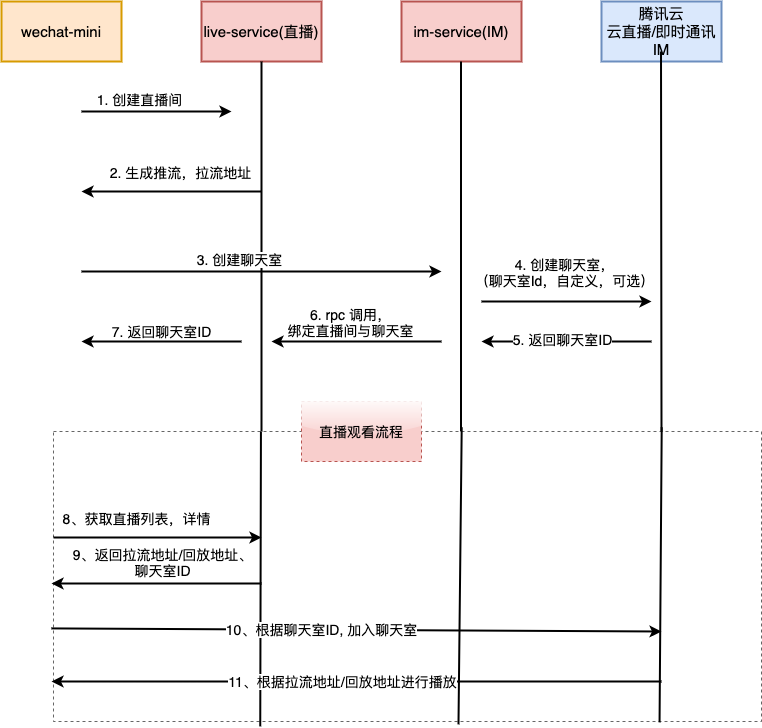
Above: 腾讯直播IM集成方案.png in fxbin/Image-Of-MySelf (draw.io), before the change. Source tidied: cells renumbered, new cells last; positions are measured from the earlier drawing's top-left corner, leaving out a move shared by most shapes. Source of this version:
```xml
<mxGraphModel>
  <root>
    <mxCell id="0" />
    <mxCell id="1" parent="0" />
    <mxCell id="2" value="&lt;font style=&quot;font-size: 15px&quot;&gt;wechat-mini&lt;/font&gt;" style="rounded=0;whiteSpace=wrap;html=1;strokeWidth=2;fillColor=#ffe6cc;strokeColor=#d79b00;" parent="1" vertex="1">
      <mxGeometry width="120" height="60" as="geometry" />
    </mxCell>
    <mxCell id="3" value="&lt;font style=&quot;font-size: 15px&quot;&gt;live-service(直播)&lt;/font&gt;" style="rounded=0;whiteSpace=wrap;html=1;strokeWidth=2;fillColor=#f8cecc;strokeColor=#b85450;" parent="1" vertex="1">
      <mxGeometry x="200" width="120" height="60" as="geometry" />
    </mxCell>
    <mxCell id="4" value="&lt;font style=&quot;font-size: 15px&quot;&gt;im-service(IM)&lt;/font&gt;" style="rounded=0;whiteSpace=wrap;html=1;strokeWidth=2;fillColor=#f8cecc;strokeColor=#b85450;" parent="1" vertex="1">
      <mxGeometry x="400" width="120" height="60" as="geometry" />
    </mxCell>
    <mxCell id="5" value="&lt;font style=&quot;font-size: 15px&quot;&gt;腾讯云&lt;br&gt;云直播/即时通讯IM&lt;/font&gt;" style="rounded=0;whiteSpace=wrap;html=1;strokeWidth=2;fillColor=#dae8fc;strokeColor=#6c8ebf;" parent="1" vertex="1">
      <mxGeometry x="600" width="120" height="60" as="geometry" />
    </mxCell>
    <mxCell id="6" style="endArrow=classic;html=1;strokeWidth=2;" parent="1" edge="1">
      <mxGeometry relative="1" as="geometry">
        <mxPoint x="80" y="110" as="sourcePoint" />
        <mxPoint x="230" y="110" as="targetPoint" />
      </mxGeometry>
    </mxCell>
    <mxCell id="7" value="1. 创建直播间" style="edgeLabel;html=1;align=center;verticalAlign=middle;fontSize=14;" parent="6" vertex="1">
      <mxGeometry x="-0.55" y="5" relative="1" as="geometry">
        <mxPoint x="23" y="-8" as="offset" />
      </mxGeometry>
    </mxCell>
    <mxCell id="8" style="endArrow=classic;html=1;strokeWidth=2;" parent="1" edge="1">
      <mxGeometry relative="1" as="geometry">
        <mxPoint x="260" y="190" as="sourcePoint" />
        <mxPoint x="80" y="190" as="targetPoint" />
        <Array as="points">
          <mxPoint x="170" y="190" />
        </Array>
      </mxGeometry>
    </mxCell>
    <mxCell id="9" value="2. 生成推流，拉流地址" style="edgeLabel;html=1;align=center;verticalAlign=middle;fontSize=14;" parent="8" vertex="1">
      <mxGeometry x="-0.55" y="5" relative="1" as="geometry">
        <mxPoint x="-42" y="-25" as="offset" />
      </mxGeometry>
    </mxCell>
    <mxCell id="10" style="endArrow=none;html=1;fontSize=14;strokeWidth=2;entryX=0.5;entryY=1;entryDx=0;entryDy=0;" parent="1" edge="1" target="3">
      <mxGeometry relative="1" as="geometry">
        <mxPoint x="260" y="430" as="sourcePoint" />
      </mxGeometry>
    </mxCell>
    <mxCell id="11" style="endArrow=classic;html=1;strokeWidth=2;" parent="1" edge="1">
      <mxGeometry relative="1" as="geometry">
        <mxPoint x="80" y="270" as="sourcePoint" />
        <mxPoint x="440" y="270" as="targetPoint" />
      </mxGeometry>
    </mxCell>
    <mxCell id="12" value="3. 创建聊天室" style="edgeLabel;html=1;align=center;verticalAlign=middle;fontSize=14;" parent="11" vertex="1">
      <mxGeometry x="-0.55" y="5" relative="1" as="geometry">
        <mxPoint x="76" y="-8" as="offset" />
      </mxGeometry>
    </mxCell>
    <mxCell id="13" style="endArrow=classic;html=1;strokeWidth=2;" parent="1" edge="1">
      <mxGeometry relative="1" as="geometry">
        <mxPoint x="480" y="300" as="sourcePoint" />
        <mxPoint x="650" y="300" as="targetPoint" />
      </mxGeometry>
    </mxCell>
    <mxCell id="14" value="4. 创建聊天室，&lt;br&gt;（聊天室Id，自定义，可选）" style="edgeLabel;html=1;align=center;verticalAlign=middle;fontSize=14;" parent="13" vertex="1">
      <mxGeometry x="-0.55" y="5" relative="1" as="geometry">
        <mxPoint x="44" y="-25" as="offset" />
      </mxGeometry>
    </mxCell>
    <mxCell id="15" style="endArrow=none;html=1;fontSize=14;strokeWidth=2;entryX=0.5;entryY=1;entryDx=0;entryDy=0;" parent="1" edge="1">
      <mxGeometry relative="1" as="geometry">
        <mxPoint x="459.5" y="430" as="sourcePoint" />
        <mxPoint x="459.5" y="60" as="targetPoint" />
      </mxGeometry>
    </mxCell>
    <mxCell id="16" style="endArrow=none;html=1;fontSize=14;strokeWidth=2;entryX=0.5;entryY=1;entryDx=0;entryDy=0;" parent="1" edge="1">
      <mxGeometry relative="1" as="geometry">
        <mxPoint x="660" y="430" as="sourcePoint" />
        <mxPoint x="659.5" y="50" as="targetPoint" />
      </mxGeometry>
    </mxCell>
    <mxCell id="17" style="endArrow=classic;html=1;fontSize=14;strokeWidth=2;" parent="1" edge="1">
      <mxGeometry relative="1" as="geometry">
        <mxPoint x="650" y="340" as="sourcePoint" />
        <mxPoint x="480" y="340" as="targetPoint" />
      </mxGeometry>
    </mxCell>
    <mxCell id="18" value="5. 返回聊天室ID" style="edgeLabel;html=1;align=center;verticalAlign=middle;fontSize=14;" parent="17" vertex="1">
      <mxGeometry x="0.23" y="-3" relative="1" as="geometry">
        <mxPoint x="14" as="offset" />
      </mxGeometry>
    </mxCell>
    <mxCell id="19" style="endArrow=classic;html=1;strokeWidth=2;" parent="1" edge="1">
      <mxGeometry relative="1" as="geometry">
        <mxPoint x="440" y="340" as="sourcePoint" />
        <mxPoint x="270" y="340" as="targetPoint" />
      </mxGeometry>
    </mxCell>
    <mxCell id="20" value="6. rpc 调用，&lt;br&gt;绑定直播间与聊天室" style="edgeLabel;html=1;align=center;verticalAlign=middle;fontSize=14;" parent="19" vertex="1">
      <mxGeometry x="-0.55" y="5" relative="1" as="geometry">
        <mxPoint x="-54" y="-25" as="offset" />
      </mxGeometry>
    </mxCell>
    <mxCell id="21" style="endArrow=classic;html=1;fontSize=14;strokeWidth=2;" parent="1" edge="1">
      <mxGeometry relative="1" as="geometry">
        <mxPoint x="240" y="340" as="sourcePoint" />
        <mxPoint x="80" y="340" as="targetPoint" />
      </mxGeometry>
    </mxCell>
    <mxCell id="22" value="7. 返回聊天室ID" style="text;html=1;align=center;verticalAlign=middle;strokeColor=none;fontSize=14;" parent="1" vertex="1">
      <mxGeometry x="100" y="320" width="120" height="20" as="geometry" />
    </mxCell>
    <mxCell id="23" style="rounded=0;whiteSpace=wrap;html=1;fontSize=14;strokeWidth=1;dashed=1;opacity=60;glass=0;sketch=0;" parent="1" vertex="1">
      <mxGeometry x="52" y="430" width="708" height="290" as="geometry" />
    </mxCell>
    <mxCell id="24" style="endArrow=none;html=1;fontSize=14;strokeWidth=2;entryX=0.293;entryY=0;entryDx=0;entryDy=0;entryPerimeter=0;exitX=0.292;exitY=1.017;exitDx=0;exitDy=0;exitPerimeter=0;" parent="1" edge="1" source="23" target="23">
      <mxGeometry relative="1" as="geometry" />
    </mxCell>
    <mxCell id="25" style="endArrow=none;html=1;fontSize=14;strokeWidth=2;entryX=0.293;entryY=0;entryDx=0;entryDy=0;entryPerimeter=0;exitX=0.572;exitY=1.01;exitDx=0;exitDy=0;exitPerimeter=0;" parent="1" edge="1" source="23">
      <mxGeometry relative="1" as="geometry">
        <mxPoint x="460.2" y="425.9" as="targetPoint" />
      </mxGeometry>
    </mxCell>
    <mxCell id="26" style="endArrow=none;html=1;fontSize=14;strokeWidth=2;entryX=0.293;entryY=0;entryDx=0;entryDy=0;entryPerimeter=0;exitX=0.856;exitY=1.003;exitDx=0;exitDy=0;exitPerimeter=0;" parent="1" edge="1" source="23">
      <mxGeometry relative="1" as="geometry">
        <mxPoint x="660.2" y="425.9" as="targetPoint" />
      </mxGeometry>
    </mxCell>
    <mxCell id="27" value="直播观看流程" style="whiteSpace=wrap;html=1;rounded=0;glass=1;dashed=1;sketch=0;fontSize=14;strokeWidth=1;fillColor=#f8cecc;strokeColor=#b85450;" parent="1" vertex="1">
      <mxGeometry x="300" y="400" width="120" height="60" as="geometry" />
    </mxCell>
    <mxCell id="28" style="endArrow=classic;html=1;fontSize=14;strokeWidth=2;" parent="1" edge="1">
      <mxGeometry relative="1" as="geometry">
        <mxPoint x="52" y="536" as="sourcePoint" />
        <mxPoint x="260" y="536" as="targetPoint" />
      </mxGeometry>
    </mxCell>
    <mxCell id="29" value="8、获取直播列表，详情" style="edgeLabel;html=1;align=center;verticalAlign=middle;fontSize=14;" parent="28" vertex="1">
      <mxGeometry x="-0.5" y="1" relative="1" as="geometry">
        <mxPoint x="30" y="-19" as="offset" />
      </mxGeometry>
    </mxCell>
    <mxCell id="30" style="endArrow=classic;html=1;fontSize=14;strokeWidth=2;" parent="1" edge="1">
      <mxGeometry relative="1" as="geometry">
        <mxPoint x="260" y="582" as="sourcePoint" />
        <mxPoint x="50" y="582" as="targetPoint" />
      </mxGeometry>
    </mxCell>
    <mxCell id="31" value="9、返回拉流地址/回放地址、&lt;br&gt;聊天室ID" style="edgeLabel;html=1;align=center;verticalAlign=middle;fontSize=14;" parent="30" vertex="1">
      <mxGeometry x="-0.5" y="1" relative="1" as="geometry">
        <mxPoint x="-47" y="-23" as="offset" />
      </mxGeometry>
    </mxCell>
    <mxCell id="32" style="endArrow=classic;html=1;fontSize=14;strokeWidth=2;exitX=-0.003;exitY=0.679;exitDx=0;exitDy=0;exitPerimeter=0;" parent="1" edge="1" source="23">
      <mxGeometry relative="1" as="geometry">
        <mxPoint x="660" y="630" as="targetPoint" />
      </mxGeometry>
    </mxCell>
    <mxCell id="33" value="10、根据聊天室ID, 加入聊天室" style="edgeLabel;html=1;align=center;verticalAlign=middle;fontSize=14;" parent="32" vertex="1">
      <mxGeometry x="-0.16" y="1" relative="1" as="geometry">
        <mxPoint x="13" as="offset" />
      </mxGeometry>
    </mxCell>
    <mxCell id="34" style="endArrow=classic;html=1;fontSize=14;strokeWidth=2;exitX=-0.003;exitY=0.679;exitDx=0;exitDy=0;exitPerimeter=0;" parent="1" edge="1" target="23">
      <mxGeometry relative="1" as="geometry">
        <mxPoint x="52" y="663.9" as="sourcePoint" />
      </mxGeometry>
    </mxCell>
    <mxCell id="35" style="endArrow=classic;html=1;fontSize=14;strokeWidth=2;" parent="1" edge="1">
      <mxGeometry relative="1" as="geometry">
        <mxPoint x="660" y="680" as="sourcePoint" />
        <mxPoint x="50" y="680" as="targetPoint" />
      </mxGeometry>
    </mxCell>
    <mxCell id="36" value="11、根据拉流地址/回放地址进行播放" style="edgeLabel;html=1;align=center;verticalAlign=middle;fontSize=14;" parent="35" vertex="1">
      <mxGeometry x="0.2" y="-1" relative="1" as="geometry">
        <mxPoint x="46" as="offset" />
      </mxGeometry>
    </mxCell>
  </root>
</mxGraphModel>
```
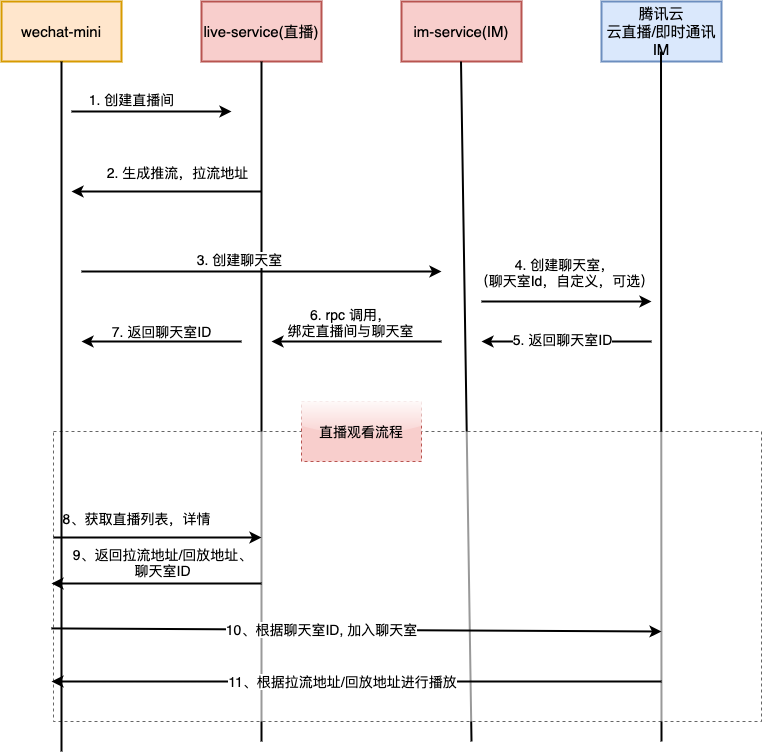
Above is the later version.

Commit message:
更新腾讯直播IM集成方案.png

Change to the diagram source:
```diff
@@ -16,7 +16,7 @@
     </mxCell>
     <mxCell id="6" style="endArrow=classic;html=1;strokeWidth=2;" parent="1" edge="1">
       <mxGeometry relative="1" as="geometry">
-        <mxPoint x="80" y="110" as="sourcePoint" />
+        <mxPoint x="70" y="110" as="sourcePoint" />
         <mxPoint x="230" y="110" as="targetPoint" />
       </mxGeometry>
     </mxCell>
@@ -28,7 +28,7 @@
     <mxCell id="8" style="endArrow=classic;html=1;strokeWidth=2;" parent="1" edge="1">
       <mxGeometry relative="1" as="geometry">
         <mxPoint x="260" y="190" as="sourcePoint" />
-        <mxPoint x="80" y="190" as="targetPoint" />
+        <mxPoint x="70" y="190" as="targetPoint" />
         <Array as="points">
           <mxPoint x="170" y="190" />
         </Array>
@@ -41,7 +41,7 @@
     </mxCell>
     <mxCell id="10" style="endArrow=none;html=1;fontSize=14;strokeWidth=2;entryX=0.5;entryY=1;entryDx=0;entryDy=0;" parent="1" edge="1" target="3">
       <mxGeometry relative="1" as="geometry">
-        <mxPoint x="260" y="430" as="sourcePoint" />
+        <mxPoint x="260" y="740" as="sourcePoint" />
       </mxGeometry>
     </mxCell>
     <mxCell id="11" style="endArrow=classic;html=1;strokeWidth=2;" parent="1" edge="1">
@@ -68,13 +68,13 @@
     </mxCell>
     <mxCell id="15" style="endArrow=none;html=1;fontSize=14;strokeWidth=2;entryX=0.5;entryY=1;entryDx=0;entryDy=0;" parent="1" edge="1">
       <mxGeometry relative="1" as="geometry">
-        <mxPoint x="459.5" y="430" as="sourcePoint" />
+        <mxPoint x="470" y="740" as="sourcePoint" />
         <mxPoint x="459.5" y="60" as="targetPoint" />
       </mxGeometry>
     </mxCell>
     <mxCell id="16" style="endArrow=none;html=1;fontSize=14;strokeWidth=2;entryX=0.5;entryY=1;entryDx=0;entryDy=0;" parent="1" edge="1">
       <mxGeometry relative="1" as="geometry">
-        <mxPoint x="660" y="430" as="sourcePoint" />
+        <mxPoint x="660" y="740" as="sourcePoint" />
         <mxPoint x="659.5" y="50" as="targetPoint" />
       </mxGeometry>
     </mxCell>
@@ -112,19 +112,6 @@
     <mxCell id="23" style="rounded=0;whiteSpace=wrap;html=1;fontSize=14;strokeWidth=1;dashed=1;opacity=60;glass=0;sketch=0;" parent="1" vertex="1">
       <mxGeometry x="52" y="430" width="708" height="290" as="geometry" />
     </mxCell>
-    <mxCell id="24" style="endArrow=none;html=1;fontSize=14;strokeWidth=2;entryX=0.293;entryY=0;entryDx=0;entryDy=0;entryPerimeter=0;exitX=0.292;exitY=1.017;exitDx=0;exitDy=0;exitPerimeter=0;" parent="1" edge="1" source="23" target="23">
-      <mxGeometry relative="1" as="geometry" />
-    </mxCell>
-    <mxCell id="25" style="endArrow=none;html=1;fontSize=14;strokeWidth=2;entryX=0.293;entryY=0;entryDx=0;entryDy=0;entryPerimeter=0;exitX=0.572;exitY=1.01;exitDx=0;exitDy=0;exitPerimeter=0;" parent="1" edge="1" source="23">
-      <mxGeometry relative="1" as="geometry">
-        <mxPoint x="460.2" y="425.9" as="targetPoint" />
-      </mxGeometry>
-    </mxCell>
-    <mxCell id="26" style="endArrow=none;html=1;fontSize=14;strokeWidth=2;entryX=0.293;entryY=0;entryDx=0;entryDy=0;entryPerimeter=0;exitX=0.856;exitY=1.003;exitDx=0;exitDy=0;exitPerimeter=0;" parent="1" edge="1" source="23">
-      <mxGeometry relative="1" as="geometry">
-        <mxPoint x="660.2" y="425.9" as="targetPoint" />
-      </mxGeometry>
-    </mxCell>
     <mxCell id="27" value="直播观看流程" style="whiteSpace=wrap;html=1;rounded=0;glass=1;dashed=1;sketch=0;fontSize=14;strokeWidth=1;fillColor=#f8cecc;strokeColor=#b85450;" parent="1" vertex="1">
       <mxGeometry x="300" y="400" width="120" height="60" as="geometry" />
     </mxCell>
@@ -176,5 +163,10 @@
         <mxPoint x="46" as="offset" />
       </mxGeometry>
     </mxCell>
+    <mxCell id="37" style="endArrow=none;html=1;fontSize=14;strokeWidth=2;entryX=0.5;entryY=1;entryDx=0;entryDy=0;" parent="1" edge="1" target="2">
+      <mxGeometry relative="1" as="geometry">
+        <mxPoint x="60" y="750" as="sourcePoint" />
+      </mxGeometry>
+    </mxCell>
   </root>
 </mxGraphModel>
```
